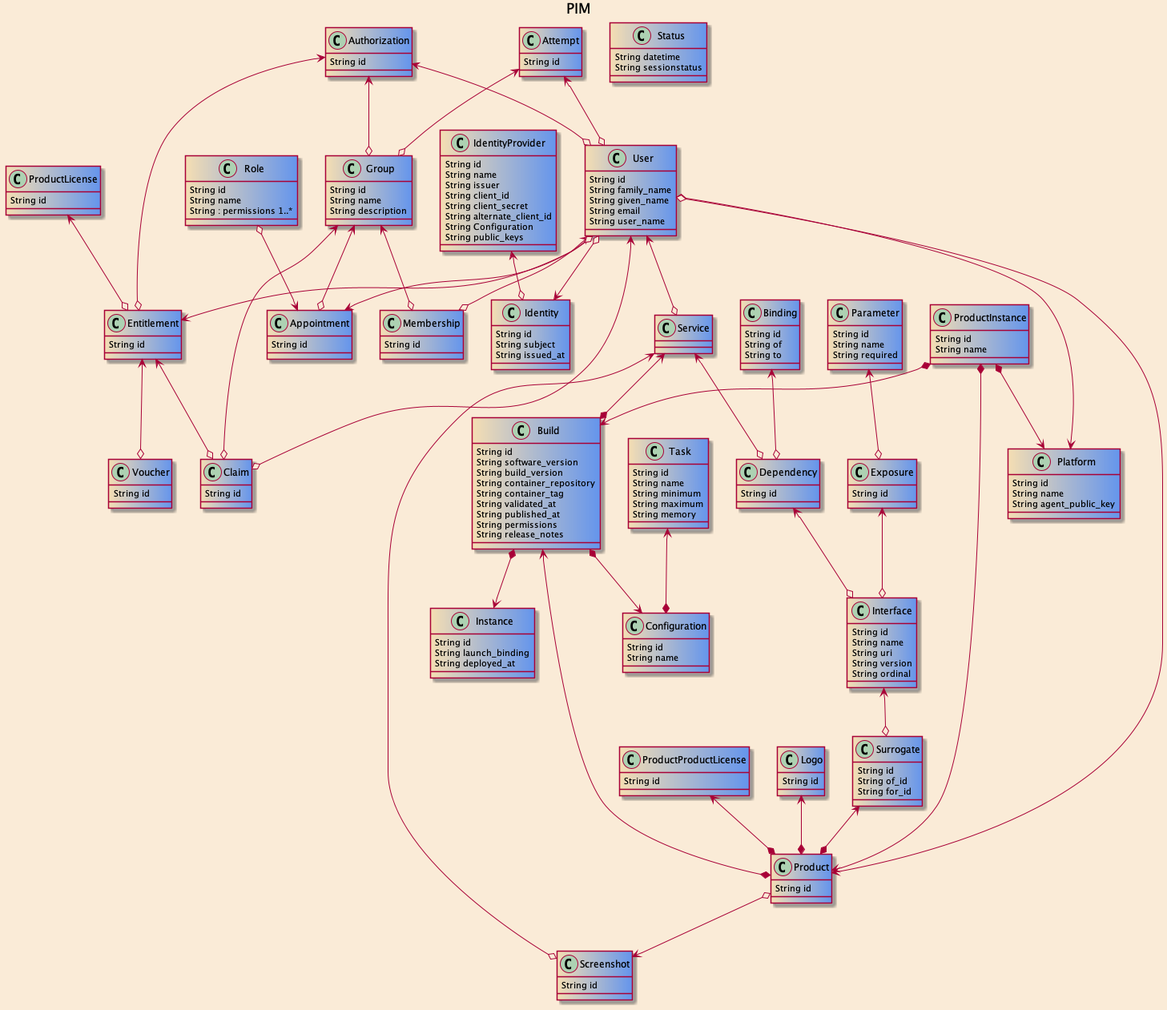
preston/hsp-marketplace-documentation keeps this PlantUML diagram as docs/ballots/HL7_HSP_R2_STU2_2022JAN/images/PIM.png. Above is the earlier version.
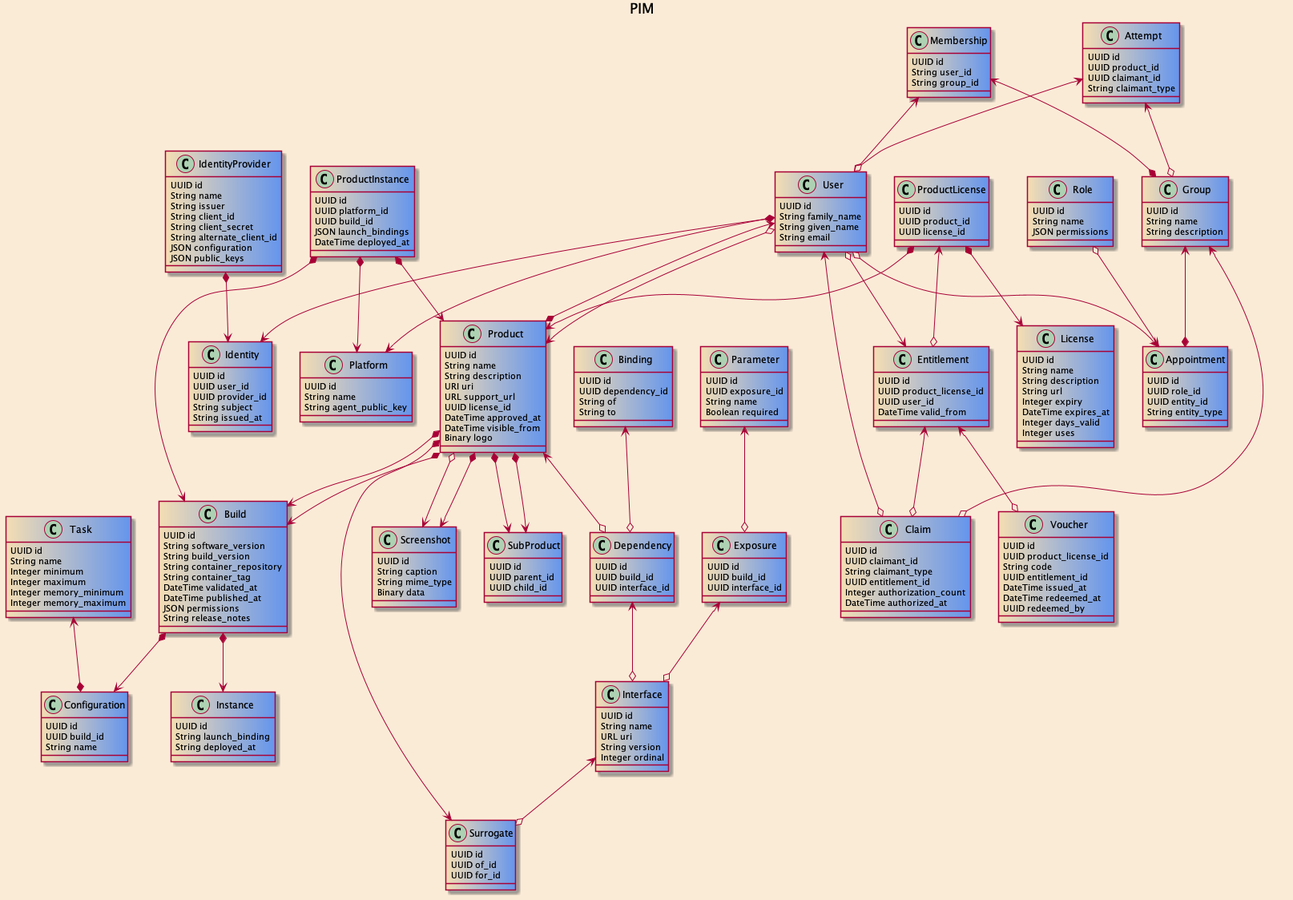
The same file after the commit.

Commit message:
PIM UML fixes.

The edit, as a diff of the source:
```diff
@@ -2,80 +2,72 @@
 skinparam backgroundcolor AntiqueWhite
 skinparam classBackgroundColor Wheat|CornflowerBlue
 
-
-
 title "PIM"
 
 class Group {
-    String id
+    UUID id
     String name
     String description
+}
 
-}
-Group <--o Appointment
+Group <--* Appointment
 
 
 class Membership {
-    String id
-
+    UUID id
+    String user_id
+    String group_id
 }
-Group  <--o  Membership
-User  <--o  Membership
-
-
-class Appointment {
-    String id
-
-}
-Role  o--> Appointment
-User  o-->  Appointment
-User o--> Entitlement
-
+Membership <--* Group
+Membership <--* User
 
 class IdentityProvider {
-    String id
+    UUID id
     String name
     String issuer
     String client_id
     String client_secret
     String alternate_client_id
-    String Configuration
-    String public_keys
-
+    JSON configuration
+    JSON public_keys
 }
-IdentityProvider   <--o   Identity
+IdentityProvider   *-->   Identity
 
 class User {
-    String id
+    UUID id
     String family_name
     String given_name
     String email
-    String user_name
+}
 
-}
-User o--> Identity
+User *--> Identity
+User  <--*  Product
+User  *-->  Platform
+User  o-->  Product
 
 class Identity{
-    String id
+    UUID id
+    UUID user_id
+    UUID provider_id
     String subject
     String issued_at
 
 }
 
-User  <--o  Service
-Service <--* Build
 class Platform {
-    String id
+    UUID id
     String name
     String agent_public_key
 }
-User  *-->  Platform
 
-User  o-->  Product
+Product *--> Build
 
 class ProductInstance {
-    String id
-    String name
+    UUID id
+    UUID platform_id
+    UUID build_id
+    JSON launch_bindings
+    DateTime deployed_at
 }
 ProductInstance *--> Build
 ProductInstance *--> Product
@@ -85,93 +77,125 @@
 
 
 class Role {
-    String id
+    UUID id
     String name
-    String : permissions 1..*
+    JSON permissions
 }
 
-class Appointment
+class Appointment {
+    UUID id
+    UUID role_id
+    UUID entity_id
+    String entity_type
+}
+Role  o--> Appointment
+User  o-->  Appointment
+User o--> Entitlement
+
+class License {
+    UUID id
+    String name
+    String description
+    String url
+    Integer expiry
+    DateTime expires_at
+    Integer days_valid
+    Integer uses
+}
 
 class ProductLicense {
-    String id
-    }
+    UUID id
+    UUID product_id
+    UUID license_id
+}
 
+ProductLicense *--> Product
+ProductLicense *--> License
 ProductLicense <--o Entitlement
 
 class Product {
-    String id
-    }
+    UUID id
+    String name
+    String description
+    URI uri
+    URL support_url
+    UUID license_id
+    DateTime approved_at
+    DateTime visible_from
+    Binary logo
+}
 
-class ProductProductLicense {
-    String id
-    }
+class SubProduct {
+    UUID id
+    UUID parent_id
+    UUID child_id
+}
 
-class Logo {
-    String id
-    }
+Product *--> SubProduct
+Product *--> SubProduct
 
-
-
-ProductProductLicense <--* Product
 Build <--* Product
 Surrogate <--* Product
-Logo <--* Product
 
 Product o--> Screenshot
 
 class Screenshot{
-    String id
-    }
-Service <--o Screenshot
+    UUID id
+    String caption
+    String mime_type
+    Binary data
+}
+Product *--> Screenshot
 
 class Build {
-    String id
+    UUID id
     String software_version
     String build_version
     String container_repository
     String container_tag
-    String validated_at
-    String published_at
-    String permissions
+    DateTime validated_at
+    DateTime published_at
+    JSON permissions
     String release_notes
 }
 
 Build *-->  Configuration
 
 class Dependency {
-    String id
+    UUID id
+    UUID build_id
+    UUID interface_id
 }
 
-Service <--o Dependency
+Product <--o Dependency
 
 class Parameter  {
-    String id
+    UUID id
+    UUID exposure_id
     String name
-    String required
-
-
+    Boolean required
 }
 Parameter <--o Exposure
 
 class Configuration  {
-    String id
+    UUID id
+    UUID build_id
     String name
-
 }
 
 class Task  {
-    String id
+    UUID id
     String name
-    String minimum
-    String maximum
-    String memory
-
+    Integer minimum
+    Integer maximum
+    Integer memory_minimum
+    Integer memory_maximum
 }
 Task <--*  Configuration
 
 class Instance
  {
-    String id
+    UUID id
     String launch_binding
     String deployed_at
 
@@ -180,76 +204,76 @@
 Build *-->  Instance
 
 class Interface {
-    String id
+    UUID id
     String name
-    String uri
+    URL uri
     String version
-    String ordinal
-
-
+    Integer ordinal
 }
 Interface <--o Surrogate
 Exposure <--o Interface
 Dependency <--o Interface
 
 class Surrogate   {
-    String id
-    String of_id
-    String for_id
-
+    UUID id
+    UUID of_id
+    UUID for_id
 }
 
 class Entitlement  {
-    String id
-
+    UUID id
+    UUID product_license_id
+    UUID user_id
+    DateTime valid_from
 }
 Entitlement <--o Claim
 User <--o Claim
 Group <--o Claim
 
 class Claim {
-    String id
+    UUID id
+    UUID claimant_id
+    String claimant_type
+    UUID entitlement_id
+    Integer authorization_count
+    DateTime authorized_at
+}
 
-}
 Entitlement <--o Voucher
 class Voucher  {
-    String id
+    UUID id
+    UUID product_license_id
+    String code
+    UUID entitlement_id
+    DateTime issued_at
+    DateTime redeemed_at
+    UUID redeemed_by
 
 }
 
 class Attempt {
-    String id
-
+    UUID id
+    UUID product_id
+    UUID claimant_id
+    String claimant_type
 }
 Attempt <--o User
 Attempt <--o Group
 
 
-class Authorization   {
-    String id
-
-}
-Authorization <--o User
-Authorization <--o Group
-Authorization <--o Entitlement
-
-class Status {
-    String datetime
-    String sessionstatus
-}
-
 class Exposure  {
-    String id
-
+    UUID id
+    UUID build_id
+    UUID interface_id
 }
 
 class Binding  {
-    String id
+    UUID id
+    UUID dependency_id
     String of
     String to
 
 }
 Binding <--o Dependency
 
-
 @enduml
```
